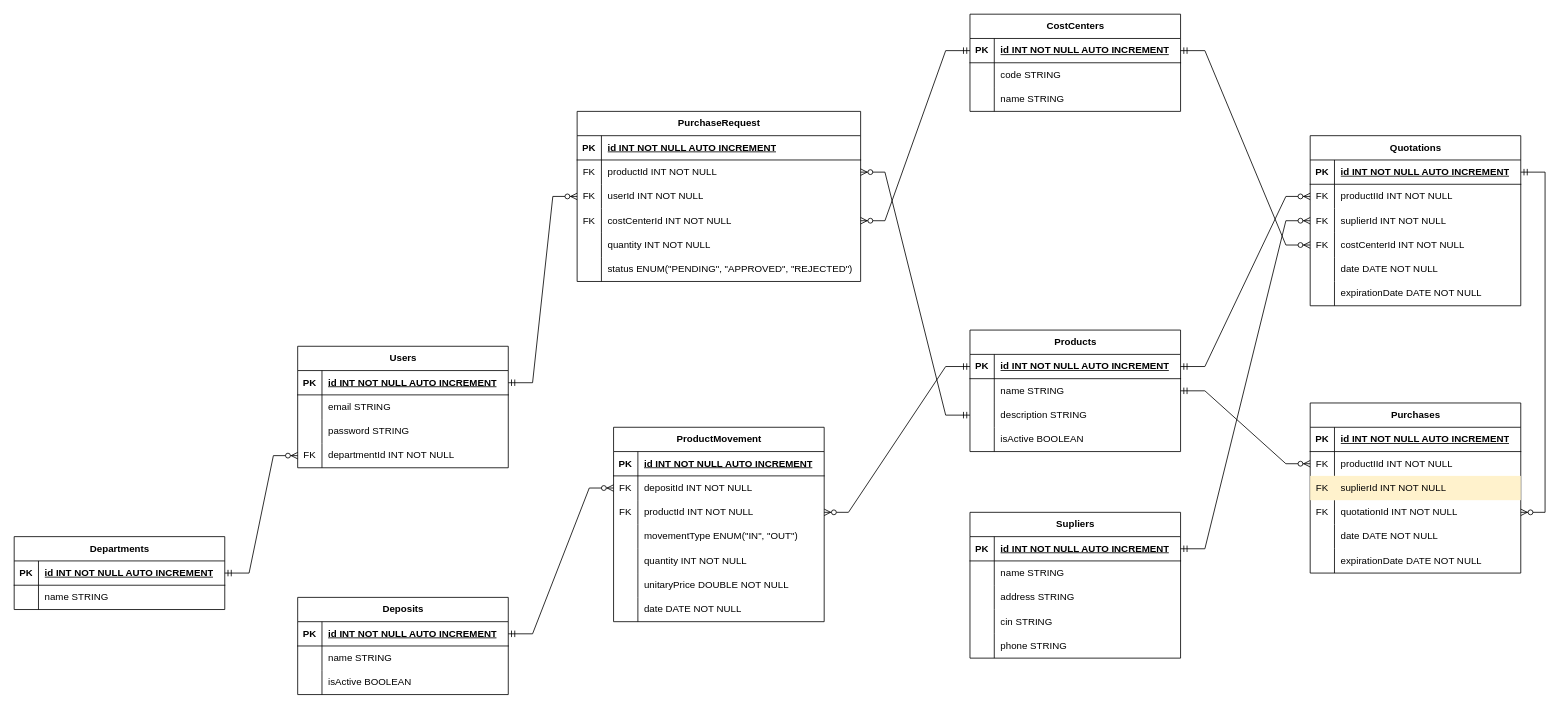
Earlier version of the draw.io diagram page "Database Schema" (1 of 2) of login_example/docs/CorporateSystems.drawio (entr0pie/CorporateSystems). Source tidied: cells renumbered, new cells numbered last; positions are measured from the earlier drawing's top-left corner, leaving out a move shared by most shapes. Both pictures are drawn from the tidied source at 81%, with x=0, y=0 at pixel (14, 14).
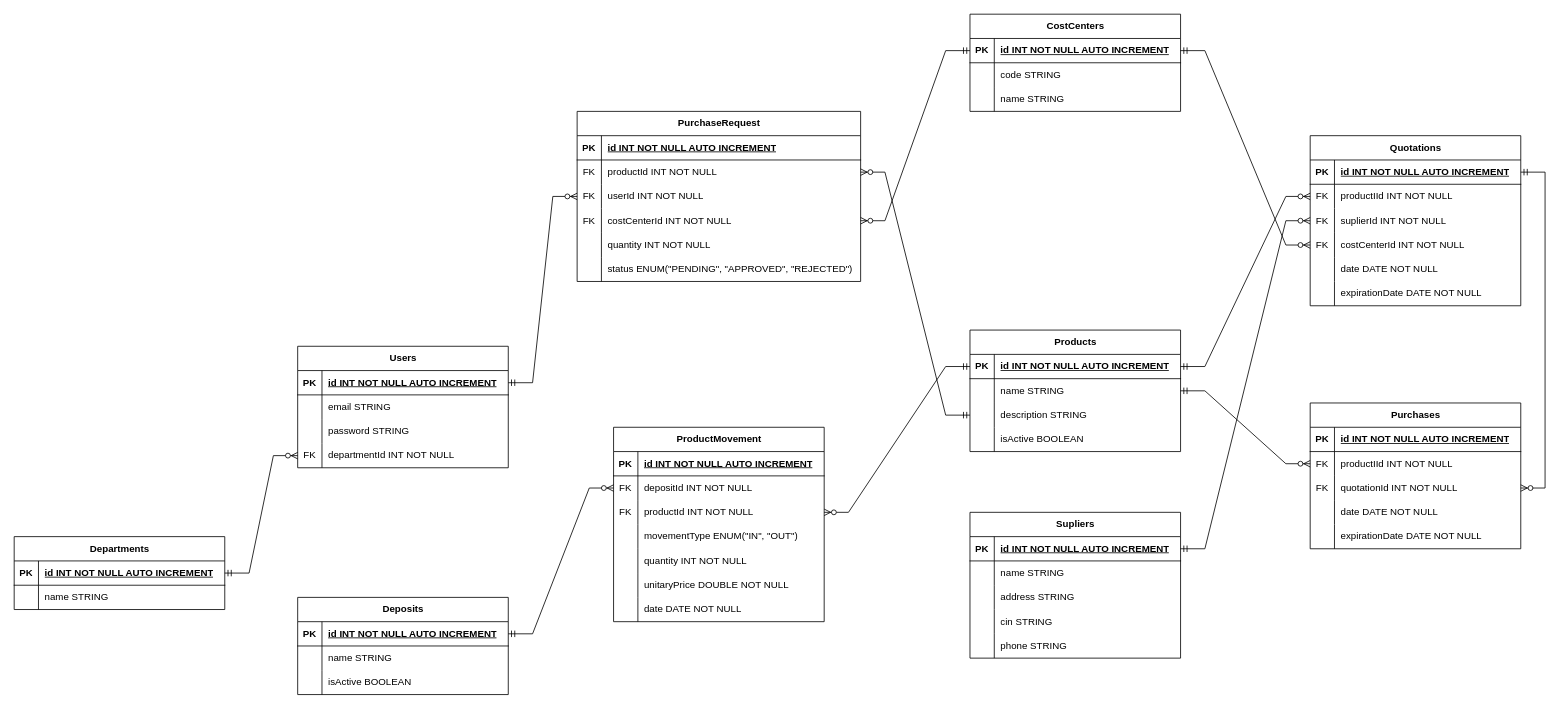
The same page after the edit.

Change to the diagram source:
```diff
@@
     <mxCell id="140" value="Purchases" style="shape=table;startSize=30;childLayout=tableLayout;rowLines=0;fontStyle=1;align=center;html=1;" parent="1" vertex="1">
-      <mxGeometry x="1600" y="480" width="260" height="210" as="geometry" />
+      <mxGeometry x="1600" y="480" width="260" height="180" as="geometry" />
     </mxCell>
@@
-    <mxCell id="147" style="shape=tableRow;horizontal=0;startSize=0;swimlaneHead=0;swimlaneBody=0;fillColor=#fff2cc;top=0;left=0;right=0;bottom=0;strokeColor=#d6b656;" parent="140" vertex="1">
-      <mxGeometry y="90" width="260" height="30" as="geometry" />
-    </mxCell>
-    <mxCell id="148" value="&lt;font color=&quot;#030303&quot;&gt;FK&lt;/font&gt;" style="shape=partialRectangle;fillColor=none;top=0;left=0;bottom=0;right=0;overflow=hidden;whiteSpace=wrap;html=1;" parent="147" vertex="1">
-      <mxGeometry width="30" height="30" as="geometry" />
-    </mxCell>
-    <mxCell id="149" value="&lt;font color=&quot;#030303&quot;&gt;suplierId INT NOT NULL&lt;/font&gt;" style="shape=partialRectangle;fillColor=none;top=0;left=0;bottom=0;right=0;align=left;spacingLeft=6;overflow=hidden;whiteSpace=wrap;html=1;" parent="147" vertex="1">
-      <mxGeometry x="30" width="230" height="30" as="geometry" />
-    </mxCell>
     <mxCell id="150" style="shape=tableRow;horizontal=0;startSize=0;swimlaneHead=0;swimlaneBody=0;fillColor=none;points=[[0,0.5],[1,0.5]];portConstraint=eastwest;top=0;left=0;right=0;bottom=0;" parent="140" vertex="1">
-      <mxGeometry y="120" width="260" height="30" as="geometry" />
+      <mxGeometry y="90" width="260" height="30" as="geometry" />
     </mxCell>
@@
     <mxCell id="153" style="shape=tableRow;horizontal=0;startSize=0;swimlaneHead=0;swimlaneBody=0;fillColor=none;top=0;left=0;right=0;bottom=0;" parent="140" vertex="1">
-      <mxGeometry y="150" width="260" height="30" as="geometry" />
+      <mxGeometry y="120" width="260" height="30" as="geometry" />
     </mxCell>
@@
     <mxCell id="156" style="shape=tableRow;horizontal=0;startSize=0;swimlaneHead=0;swimlaneBody=0;fillColor=none;top=0;left=0;right=0;bottom=0;" parent="140" vertex="1">
-      <mxGeometry y="180" width="260" height="30" as="geometry" />
+      <mxGeometry y="150" width="260" height="30" as="geometry" />
     </mxCell>
```
